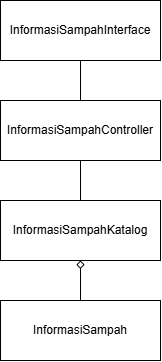
sy-150/IF2150-RPL-K02-G05 keeps this draw.io diagram as docs/M4/assets/diagram/UC05-class-diagram.png. Above is the earlier version. Source tidied: cells renumbered, new cells last; positions are measured from the earlier drawing's top-left corner, leaving out a move shared by most shapes.
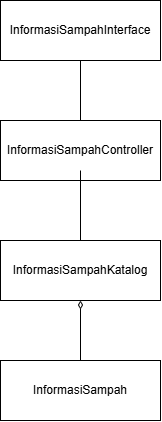
After the change.

What changed in the source:
```diff
@@ -1,37 +1,53 @@
-<mxGraphModel background="light-dark(#FFFFFF,#FFFFFF)">
+<mxGraphModel>
   <root>
     <mxCell id="0" />
     <mxCell id="1" parent="0" />
-    <mxCell id="2" style="edgeStyle=orthogonalEdgeStyle;rounded=0;jettySize=auto;html=1;endArrow=none;endFill=0;strokeColor=light-dark(#000000,#000000);" parent="1" edge="1" target="x">
-      <mxGeometry relative="1" as="geometry">
-        <mxPoint x="80" y="120" as="sourcePoint" />
-      </mxGeometry>
-    </mxCell>
-    <mxCell id="3" style="edgeStyle=orthogonalEdgeStyle;rounded=0;jettySize=auto;html=1;endArrow=none;endFill=0;strokeColor=light-dark(#000000,#000000);" parent="1" edge="1" target="x">
-      <mxGeometry relative="1" as="geometry">
-        <mxPoint x="80" y="220" as="sourcePoint" />
-      </mxGeometry>
-    </mxCell>
+    <mxCell id="11" style="group;" parent="1" vertex="1">
+      <mxGeometry y="-130" width="160" height="60" as="geometry" />
+    </mxCell>
+    <mxCell id="12" style="rounded=0;whiteSpace=wrap;html=1;" parent="11" vertex="1">
+      <mxGeometry width="160" height="60" as="geometry" />
+    </mxCell>
-    <mxCell id="4" value="InformasiSampahInterface" style="html=1;whiteSpace=wrap;" parent="1" vertex="1">
+    <mxCell id="4" value="InformasiSampahInterface" style="text;html=1;whiteSpace=wrap;strokeColor=none;fillColor=none;align=center;verticalAlign=middle;rounded=0;" parent="11" vertex="1">
       <mxGeometry width="160" height="60" as="geometry" />
     </mxCell>
-    <mxCell id="5" style="edgeStyle=orthogonalEdgeStyle;rounded=0;jettySize=auto;html=1;endArrow=none;endFill=0;" parent="1" edge="1" source="6" target="4">
-      <mxGeometry relative="1" as="geometry" />
-    </mxCell>
+    <mxCell id="13" style="group;" parent="1" vertex="1">
+      <mxGeometry y="110" width="160" height="60" as="geometry" />
+    </mxCell>
+    <mxCell id="14" style="rounded=0;whiteSpace=wrap;html=1;" parent="13" vertex="1">
+      <mxGeometry width="160" height="60" as="geometry" />
+    </mxCell>
+    <mxCell id="8" value="InformasiSampahKatalog" style="text;html=1;whiteSpace=wrap;strokeColor=none;fillColor=none;align=center;verticalAlign=middle;rounded=0;" parent="13" vertex="1">
+      <mxGeometry width="160" height="60" as="geometry" />
+    </mxCell>
+    <mxCell id="15" style="group;" parent="1" vertex="1">
+      <mxGeometry y="230" width="160" height="60" as="geometry" />
+    </mxCell>
+    <mxCell id="16" style="rounded=0;whiteSpace=wrap;html=1;" parent="15" vertex="1">
+      <mxGeometry width="160" height="60" as="geometry" />
+    </mxCell>
+    <mxCell id="10" value="InformasiSampah" style="text;html=1;whiteSpace=wrap;strokeColor=none;fillColor=none;align=center;verticalAlign=middle;rounded=0;" parent="15" vertex="1">
+      <mxGeometry width="160" height="60" as="geometry" />
+    </mxCell>
+    <mxCell id="17" style="group;" parent="1" vertex="1">
+      <mxGeometry y="-10" width="160" height="60" as="geometry" />
+    </mxCell>
+    <mxCell id="18" style="rounded=0;whiteSpace=wrap;html=1;" parent="17" vertex="1">
+      <mxGeometry width="160" height="60" as="geometry" />
+    </mxCell>
-    <mxCell id="6" value="InformasiSampahController" style="html=1;whiteSpace=wrap;" parent="1" vertex="1">
-      <mxGeometry y="100" width="160" height="60" as="geometry" />
+    <mxCell id="6" value="InformasiSampahController" style="text;html=1;whiteSpace=wrap;strokeColor=none;fillColor=none;align=center;verticalAlign=middle;rounded=0;" parent="17" vertex="1">
+      <mxGeometry width="160" height="60" as="geometry" />
     </mxCell>
-    <mxCell id="7" style="edgeStyle=orthogonalEdgeStyle;rounded=0;jettySize=auto;html=1;endArrow=none;endFill=0;" parent="1" edge="1" source="8" target="6">
-      <mxGeometry relative="1" as="geometry" />
-    </mxCell>
-    <mxCell id="8" value="InformasiSampahKatalog" style="html=1;whiteSpace=wrap;" parent="1" vertex="1">
-      <mxGeometry y="200" width="160" height="60" as="geometry" />
-    </mxCell>
+    <mxCell id="19" style="endArrow=none;html=1;rounded=0;entryX=0.5;entryY=0;entryDx=0;entryDy=0;exitX=0.5;exitY=1;exitDx=0;exitDy=0;" parent="1" edge="1" source="4" target="6">
+      <mxGeometry relative="1" as="geometry" />
+    </mxCell>
+    <mxCell id="20" style="endArrow=none;html=1;rounded=0;exitX=0.5;exitY=0;exitDx=0;exitDy=0;" parent="1" edge="1" source="8">
+      <mxGeometry relative="1" as="geometry">
+        <mxPoint x="80" y="40" as="targetPoint" />
+      </mxGeometry>
+    </mxCell>
-    <mxCell id="9" style="edgeStyle=orthogonalEdgeStyle;rounded=0;jettySize=auto;html=1;endArrow=diamond;endFill=0;" parent="1" edge="1" source="10" target="8">
+    <mxCell id="9" style="endArrow=diamondThin;html=1;rounded=0;entryX=0.5;entryY=1;entryDx=0;entryDy=0;exitX=0.5;exitY=0;exitDx=0;exitDy=0;startArrow=none;startFill=0;endFill=0;" parent="1" edge="1" source="10" target="8">
       <mxGeometry relative="1" as="geometry" />
     </mxCell>
-    <mxCell id="10" value="InformasiSampah" style="html=1;whiteSpace=wrap;" parent="1" vertex="1">
-      <mxGeometry y="300" width="160" height="60" as="geometry" />
-    </mxCell>
   </root>
 </mxGraphModel>
```
